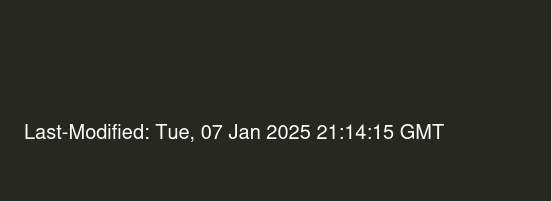
The draw.io diagram img/HTTP1_Response.drawio.png in DarkSoulEater/Http2Presentation, before a commit. Source tidied: cells renumbered, new cells last; positions are measured from the earlier drawing's top-left corner, leaving out a move shared by most shapes.
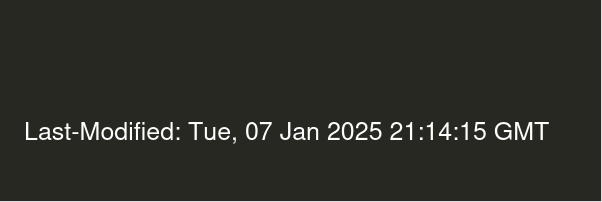
Above is the later version.

Change to the diagram source:
```diff
@@ -3,10 +3,10 @@
     <mxCell id="0" />
     <mxCell id="1" parent="0" />
     <mxCell id="2" style="rounded=0;whiteSpace=wrap;html=1;fillStyle=solid;fillColor=light-dark(#eeeeee, #272822);strokeColor=light-dark(#000000, #272822);" parent="1" vertex="1">
-      <mxGeometry width="550" height="200" as="geometry" />
+      <mxGeometry width="600" height="200" as="geometry" />
     </mxCell>
-    <mxCell id="3" value="&lt;font style=&quot;font-size: 20px;&quot;&gt;Last-Modified: Tue, 07 Jan 2025 21:14:15 GMT&lt;/font&gt;" style="text;align=left;verticalAlign=middle;whiteSpace=wrap;rounded=0;html=1;" parent="1" vertex="1">
-      <mxGeometry x="22" y="120" width="428" height="20" as="geometry" />
+    <mxCell id="3" value="&lt;font style=&quot;font-size: 25px;&quot;&gt;Last-Modified: Tue, 07 Jan 2025 21:14:15 GMT&lt;/font&gt;" style="text;align=left;verticalAlign=middle;whiteSpace=wrap;rounded=0;html=1;" parent="1" vertex="1">
+      <mxGeometry x="22" y="120" width="538" height="20" as="geometry" />
     </mxCell>
   </root>
 </mxGraphModel>
```
